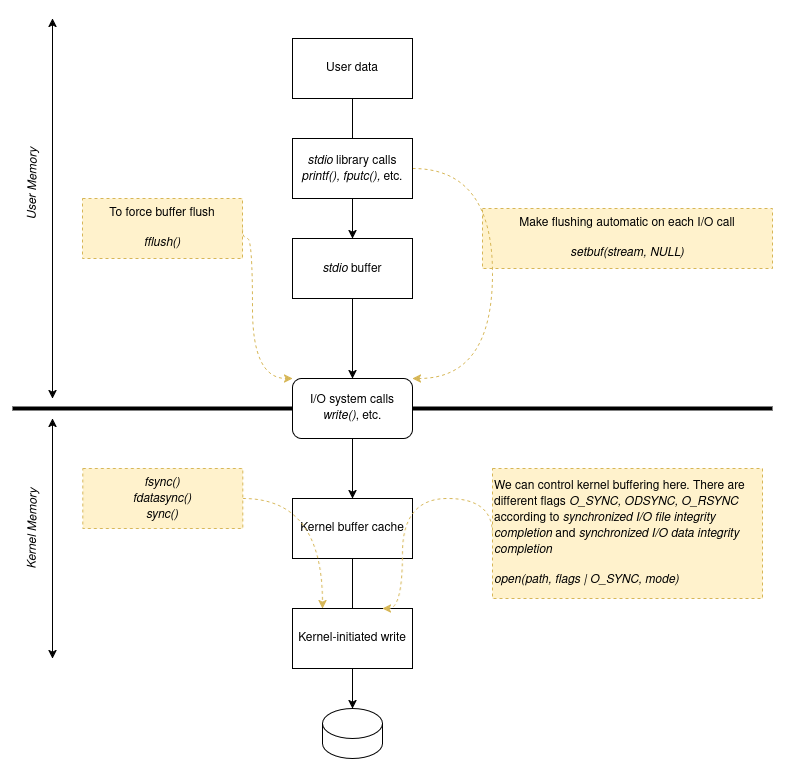
Earlier version of the draw.io export docs/assets/io_buffering_summary.drawio.png (da0p/GithubPage). Source tidied: cells renumbered, new cells last; positions are measured from the earlier drawing's top-left corner, leaving out a move shared by most shapes.
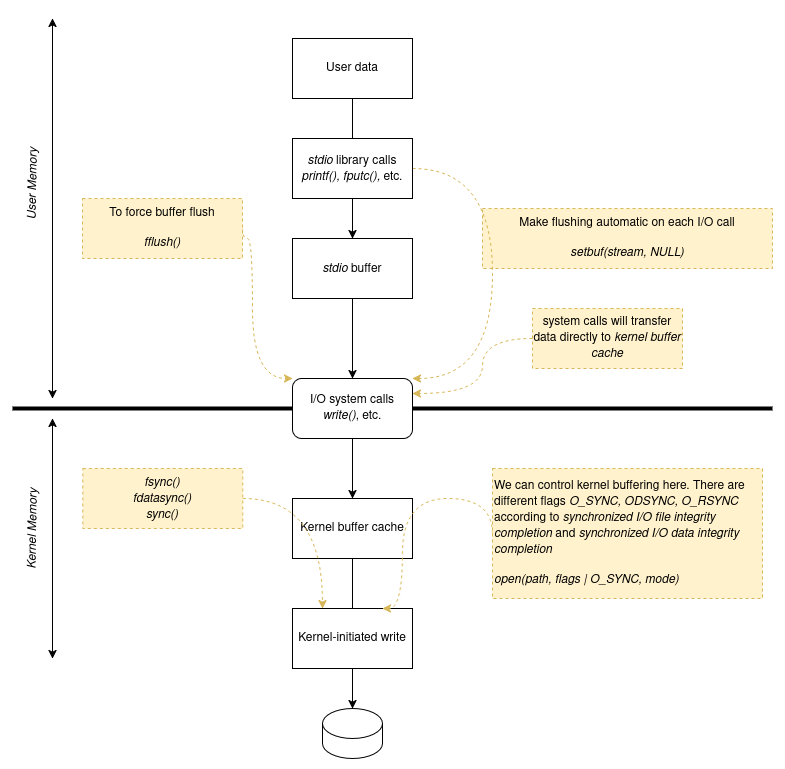
Later version of the same file.

Change to the diagram source:
```diff
@@ -98,5 +98,16 @@
     <mxCell id="25" value="&lt;i&gt;Kernel Memory&lt;/i&gt;" style="text;html=1;align=center;verticalAlign=middle;whiteSpace=wrap;rounded=0;rotation=-89;" parent="1" vertex="1">
       <mxGeometry x="0.4" y="495" width="100" height="30" as="geometry" />
     </mxCell>
+    <mxCell id="26" style="edgeStyle=orthogonalEdgeStyle;rounded=0;jettySize=auto;html=1;exitX=0;exitY=0.5;exitDx=0;exitDy=0;entryX=1;entryY=0.25;entryDx=0;entryDy=0;curved=1;strokeColor=#d6b656;dashed=1;fillColor=#fff2cc;" parent="1" edge="1" source="27" target="12">
+      <mxGeometry relative="1" as="geometry">
+        <Array as="points">
+          <mxPoint x="500" y="320" />
+          <mxPoint x="500" y="375" />
+        </Array>
+      </mxGeometry>
+    </mxCell>
+    <mxCell id="27" value="system calls will transfer data directly to &lt;i&gt;kernel buffer cache&lt;/i&gt;" style="rounded=0;whiteSpace=wrap;html=1;fillColor=#fff2cc;strokeColor=#d6b656;dashed=1;" parent="1" vertex="1">
+      <mxGeometry x="550" y="290" width="150" height="60" as="geometry" />
+    </mxCell>
   </root>
 </mxGraphModel>
```
